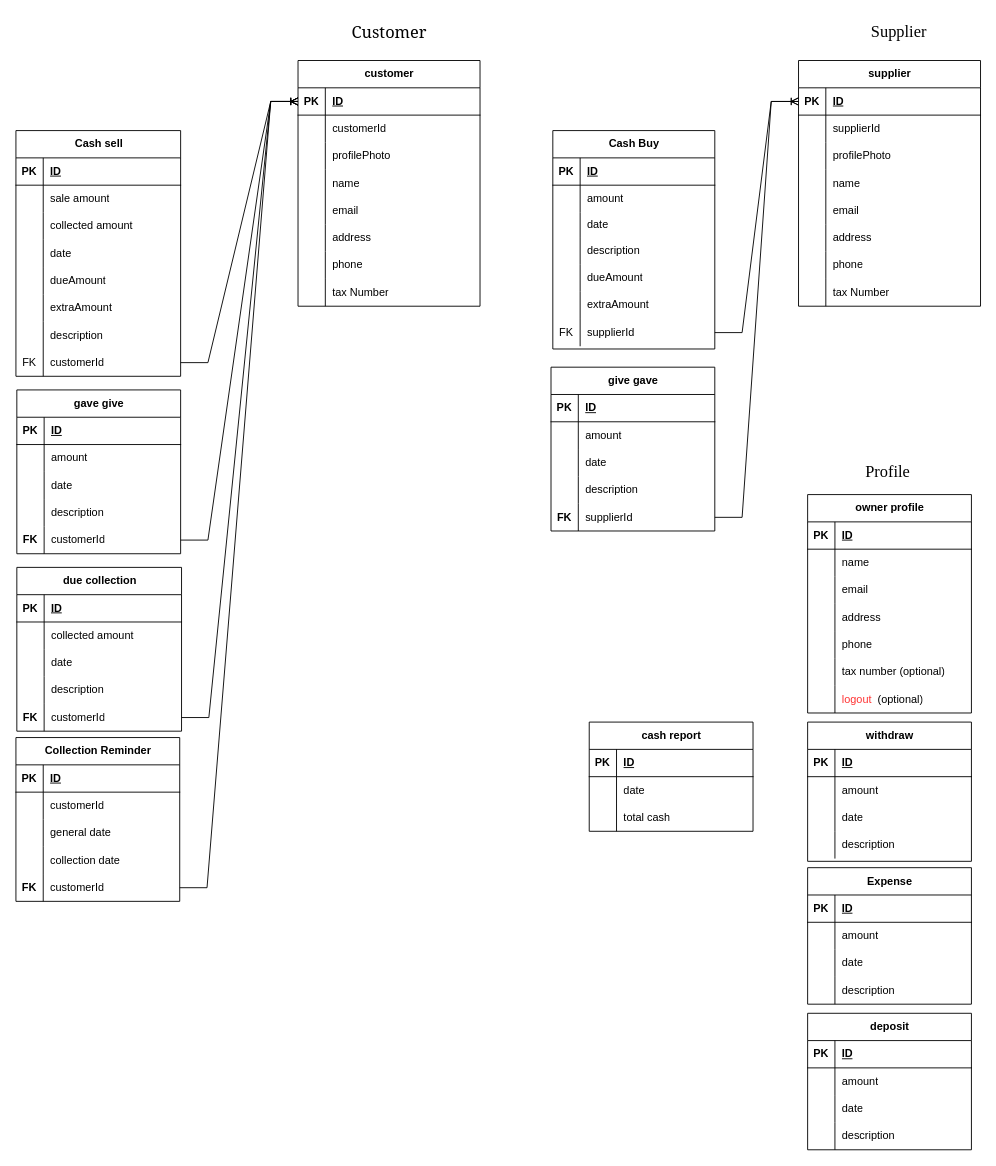
The draw.io diagram databases/diagram.drawio in devsrakib/esBook, before the edit. Source tidied: cells renumbered, new cells numbered last; positions are measured from the earlier drawing's top-left corner, leaving out a move shared by most shapes. Both pictures are drawn from the tidied source at 91%, with x=0, y=0 at pixel (15, 15).
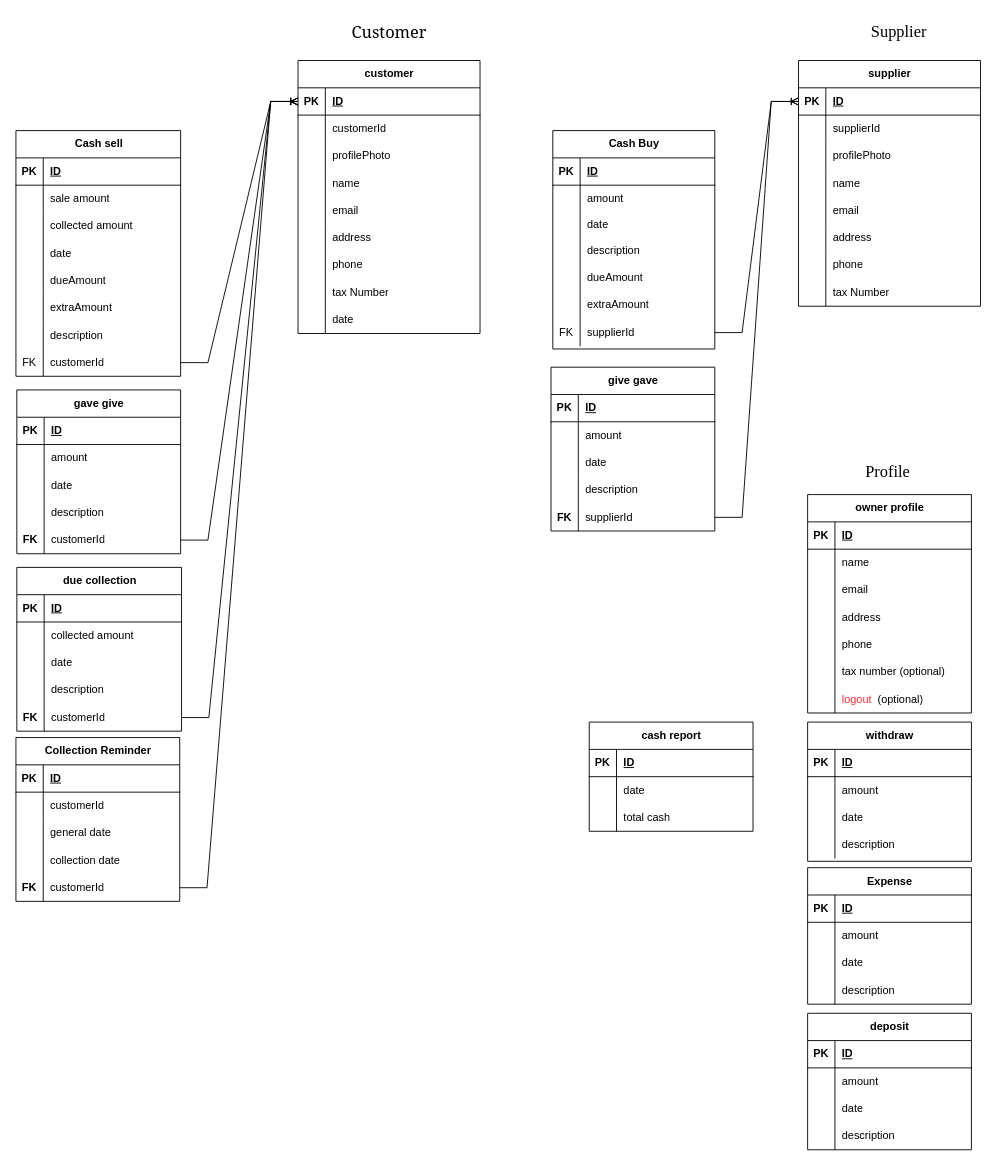
After the change.

Diff of the diagram source:
```diff
@@
     <mxCell id="2" value="customer" style="shape=table;startSize=30;childLayout=tableLayout;rowLines=0;fontStyle=1;align=center;html=1;flipH=0;flipV=0;" parent="1" vertex="1">
-      <mxGeometry x="310" y="49" width="200" height="270" as="geometry" />
+      <mxGeometry x="310" y="49" width="200" height="300" as="geometry" />
     </mxCell>
@@
+    <mxCell id="243" style="shape=tableRow;horizontal=0;startSize=0;swimlaneHead=0;swimlaneBody=0;fillColor=none;top=0;left=0;right=0;bottom=0;" parent="2" vertex="1">
+      <mxGeometry y="270" width="200" height="30" as="geometry" />
+    </mxCell>
+    <mxCell id="244" style="shape=partialRectangle;fillColor=none;top=0;left=0;bottom=0;right=0;overflow=hidden;whiteSpace=wrap;html=1;" parent="243" vertex="1">
+      <mxGeometry width="30" height="30" as="geometry" />
+    </mxCell>
+    <mxCell id="245" value="date" style="shape=partialRectangle;fillColor=none;top=0;left=0;bottom=0;right=0;align=left;spacingLeft=6;overflow=hidden;whiteSpace=wrap;html=1;" parent="243" vertex="1">
+      <mxGeometry x="30" width="170" height="30" as="geometry" />
+    </mxCell>
```
